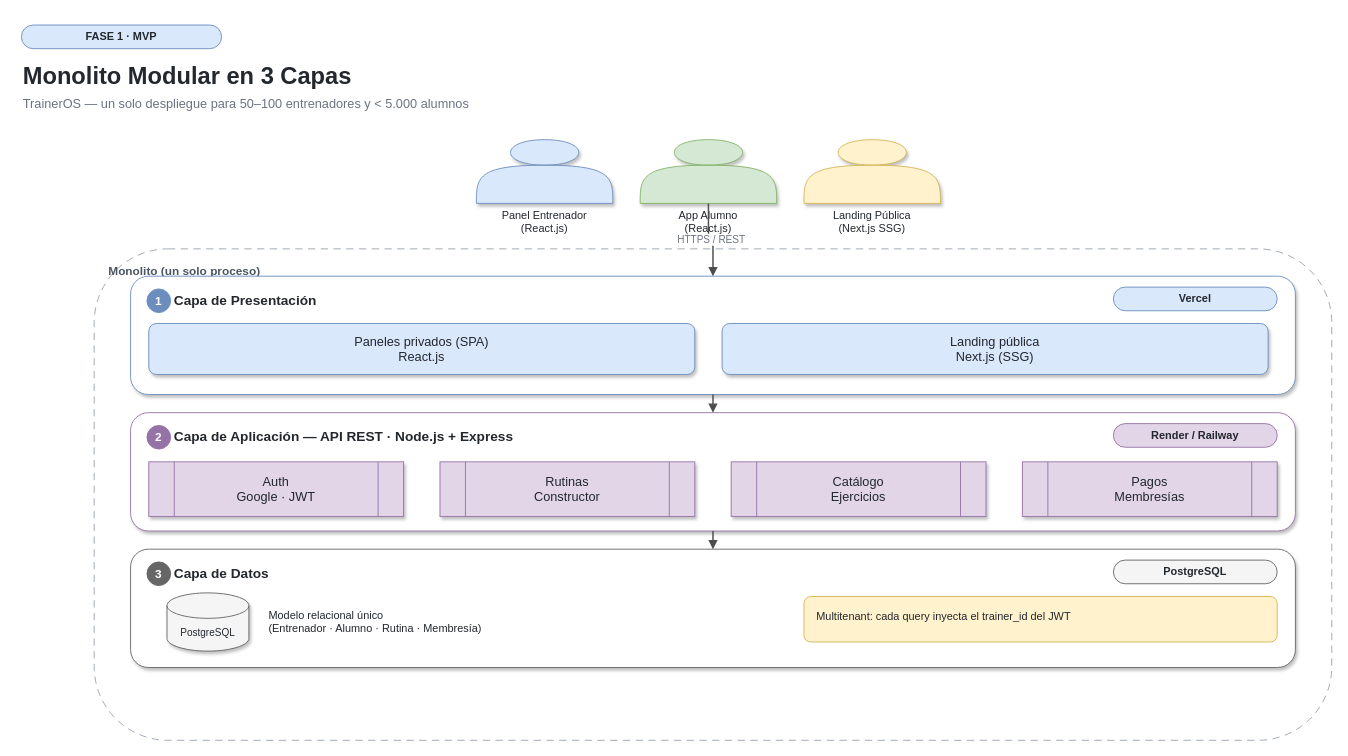
Before: Presentacion/diagramas/drawio/fase1_monolito_3capas.drawio in LautaroNaglieri/traineros-api, a draw.io diagram. Source tidied: cells renumbered, new cells numbered last; positions are measured from the earlier drawing's top-left corner, leaving out a move shared by most shapes. Both pictures are drawn from the tidied source at 91%, with x=0, y=0 at pixel (21, 25).
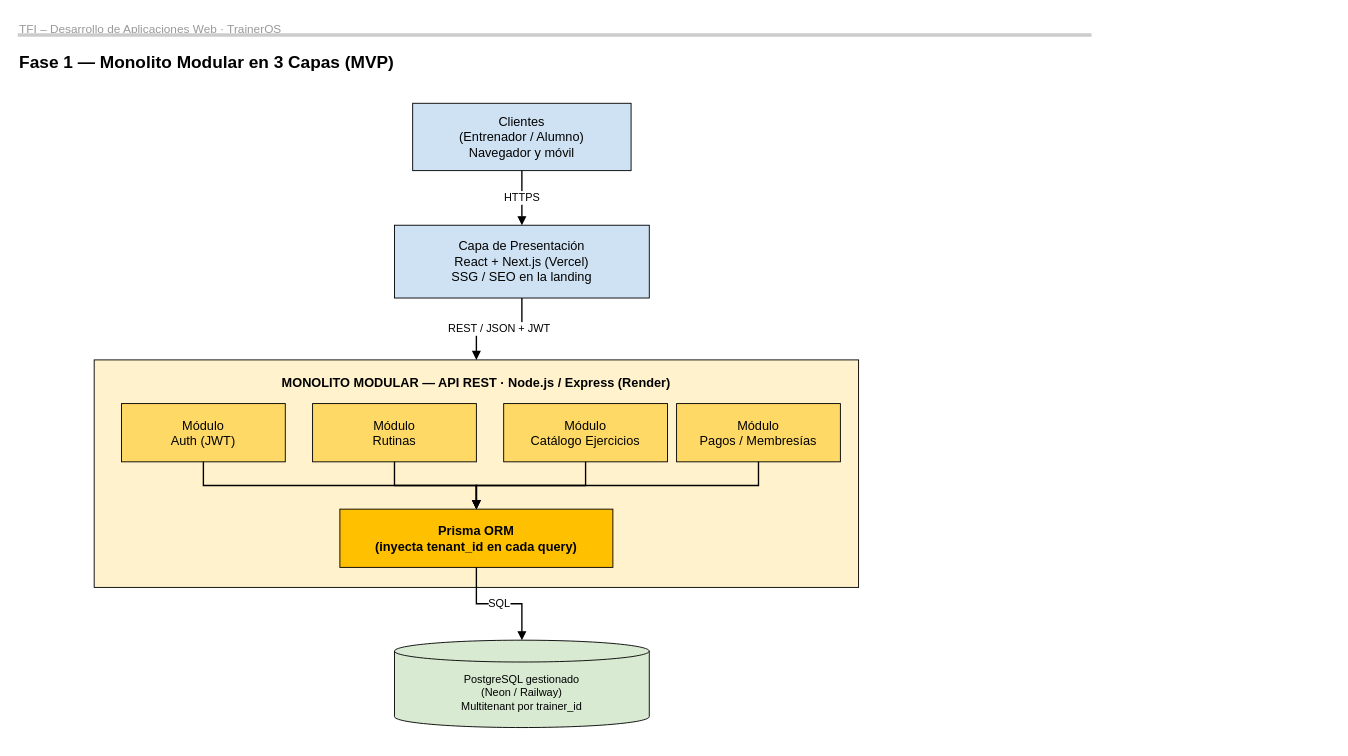
Above is the later version.

What changed in the source:
```diff
@@
-    <mxCell id="2" value="FASE 1 · MVP" style="rounded=1;arcSize=50;whiteSpace=wrap;html=1;fillColor=#dae8fc;strokeColor=#6c8ebf;fontSize=12;fontStyle=1;fontColor=#23272E;" parent="1" vertex="1">
-      <mxGeometry width="220" height="26" as="geometry" />
+    <mxCell id="2" value="TFI – Desarrollo de Aplicaciones Web · TrainerOS" style="text;html=1;align=left;fontSize=13;fontColor=#999999;" parent="1" vertex="1">
+      <mxGeometry x="-4" y="-10" width="1000" height="20" as="geometry" />
     </mxCell>
-    <mxCell id="3" value="Monolito Modular en 3 Capas" style="text;html=1;strokeColor=none;fillColor=none;align=left;verticalAlign=top;fontSize=26;fontStyle=1;fontColor=#23272E;" parent="1" vertex="1">
-      <mxGeometry y="34" width="1000" height="34" as="geometry" />
+    <mxCell id="3" style="line;strokeColor=#CCCCCC;html=1;" parent="1" vertex="1">
+      <mxGeometry x="-4" y="6" width="1180" height="10" as="geometry" />
     </mxCell>
-    <mxCell id="4" value="TrainerOS — un solo despliegue para 50–100 entrenadores y &amp;lt; 5.000 alumnos" style="text;html=1;strokeColor=none;fillColor=none;align=left;verticalAlign=top;fontSize=14;fontColor=#6B7280;" parent="1" vertex="1">
-      <mxGeometry y="72" width="1100" height="24" as="geometry" />
+    <mxCell id="4" value="Fase 1 — Monolito Modular en 3 Capas (MVP)" style="text;html=1;align=left;fontSize=19;fontStyle=1;fontColor=#000000;" parent="1" vertex="1">
+      <mxGeometry x="-4" y="24" width="1100" height="28" as="geometry" />
     </mxCell>
-    <mxCell id="5" value="Panel Entrenador&lt;br&gt;(React.js)" style="shape=actor;whiteSpace=wrap;html=1;fillColor=#dae8fc;strokeColor=#6c8ebf;fontSize=12;fontColor=#23272E;verticalLabelPosition=bottom;verticalAlign=top;shadow=1;" parent="1" vertex="1">
-      <mxGeometry x="500" y="126" width="150" height="70" as="geometry" />
+    <mxCell id="5" value="Clientes&lt;br&gt;(Entrenador / Alumno)&lt;br&gt;Navegador y móvil" style="rounded=0;whiteSpace=wrap;html=1;fillColor=#CFE2F3;strokeColor=#000000;strokeWidth=1;fontSize=14;fontColor=#000000;" parent="1" vertex="1">
+      <mxGeometry x="430" y="86" width="240" height="74" as="geometry" />
     </mxCell>
-    <mxCell id="6" value="App Alumno&lt;br&gt;(React.js)" style="shape=actor;whiteSpace=wrap;html=1;fillColor=#d5e8d4;strokeColor=#82b366;fontSize=12;fontColor=#23272E;verticalLabelPosition=bottom;verticalAlign=top;shadow=1;" parent="1" vertex="1">
-      <mxGeometry x="680" y="126" width="150" height="70" as="geometry" />
+    <mxCell id="6" value="Capa de Presentación&lt;br&gt;React + Next.js (Vercel)&lt;br&gt;SSG / SEO en la landing" style="rounded=0;whiteSpace=wrap;html=1;fillColor=#CFE2F3;strokeColor=#000000;strokeWidth=1;fontSize=14;fontColor=#000000;" parent="1" vertex="1">
+      <mxGeometry x="410" y="220" width="280" height="80" as="geometry" />
     </mxCell>
-    <mxCell id="7" value="Landing Pública&lt;br&gt;(Next.js SSG)" style="shape=actor;whiteSpace=wrap;html=1;fillColor=#fff2cc;strokeColor=#d6b656;fontSize=12;fontColor=#23272E;verticalLabelPosition=bottom;verticalAlign=top;shadow=1;" parent="1" vertex="1">
-      <mxGeometry x="860" y="126" width="150" height="70" as="geometry" />
+    <mxCell id="7" value="MONOLITO MODULAR — API REST · Node.js / Express (Render)" style="rounded=0;whiteSpace=wrap;html=1;fillColor=#FFF2CC;strokeColor=#000000;strokeWidth=1;verticalAlign=top;align=center;fontSize=14;fontStyle=1;fontColor=#000000;spacingTop=10;" parent="1" vertex="1">
+      <mxGeometry x="80" y="368" width="840" height="250" as="geometry" />
     </mxCell>
-    <mxCell id="8" value="Monolito (un solo proceso)" style="rounded=1;whiteSpace=wrap;html=1;dashed=1;dashPattern=8 6;strokeColor=#9AA3AF;fillColor=none;verticalAlign=top;align=left;spacingLeft=14;spacingTop=10;fontSize=13;fontColor=#4B5563;fontStyle=1;" parent="1" vertex="1">
-      <mxGeometry x="80" y="246" width="1360" height="540" as="geometry" />
+    <mxCell id="8" value="Módulo&lt;br&gt;Auth (JWT)" style="rounded=0;whiteSpace=wrap;html=1;fillColor=#FFD966;strokeColor=#000000;strokeWidth=1;fontSize=14;fontColor=#000000;" parent="1" vertex="1">
+      <mxGeometry x="110" y="416" width="180" height="64" as="geometry" />
     </mxCell>
-    <mxCell id="9" style="rounded=1;whiteSpace=wrap;html=1;fillColor=#ffffff;strokeColor=#6c8ebf;verticalAlign=top;align=left;spacingLeft=46;spacingTop=12;fontSize=15;fontStyle=1;fontColor=#23272E;shadow=1;" parent="1" vertex="1">
-      <mxGeometry x="120" y="276" width="1280" height="130" as="geometry" />
+    <mxCell id="9" value="Módulo&lt;br&gt;Rutinas" style="rounded=0;whiteSpace=wrap;html=1;fillColor=#FFD966;strokeColor=#000000;strokeWidth=1;fontSize=14;fontColor=#000000;" parent="1" vertex="1">
+      <mxGeometry x="320" y="416" width="180" height="64" as="geometry" />
     </mxCell>
-    <mxCell id="10" value="1" style="ellipse;whiteSpace=wrap;html=1;fillColor=#6c8ebf;strokeColor=#6c8ebf;fontColor=#ffffff;fontSize=13;fontStyle=1;" parent="1" vertex="1">
-      <mxGeometry x="138" y="290" width="26" height="26" as="geometry" />
+    <mxCell id="10" value="Módulo&lt;br&gt;Catálogo Ejercicios" style="rounded=0;whiteSpace=wrap;html=1;fillColor=#FFD966;strokeColor=#000000;strokeWidth=1;fontSize=14;fontColor=#000000;" parent="1" vertex="1">
+      <mxGeometry x="530" y="416" width="180" height="64" as="geometry" />
     </mxCell>
-    <mxCell id="11" value="Capa de Presentación" style="text;html=1;align=left;verticalAlign=middle;fontSize=15;fontStyle=1;fontColor=#23272E;" parent="1" vertex="1">
-      <mxGeometry x="166" y="288" width="700" height="28" as="geometry" />
+    <mxCell id="11" value="Módulo&lt;br&gt;Pagos / Membresías" style="rounded=0;whiteSpace=wrap;html=1;fillColor=#FFD966;strokeColor=#000000;strokeWidth=1;fontSize=14;fontColor=#000000;" parent="1" vertex="1">
+      <mxGeometry x="720" y="416" width="180" height="64" as="geometry" />
     </mxCell>
-    <mxCell id="12" value="Vercel" style="rounded=1;arcSize=50;whiteSpace=wrap;html=1;fillColor=#dae8fc;strokeColor=#6c8ebf;fontSize=12;fontStyle=1;fontColor=#23272E;" parent="1" vertex="1">
-      <mxGeometry x="1200" y="288" width="180" height="26" as="geometry" />
+    <mxCell id="12" value="Prisma ORM&lt;br&gt;(inyecta tenant_id en cada query)" style="rounded=0;whiteSpace=wrap;html=1;fillColor=#FFC000;strokeColor=#000000;strokeWidth=1;fontSize=14;fontColor=#000000;fontStyle=1;" parent="1" vertex="1">
+      <mxGeometry x="350" y="532" width="300" height="64" as="geometry" />
     </mxCell>
-    <mxCell id="13" value="Paneles privados (SPA)&lt;br&gt;React.js" style="rounded=1;whiteSpace=wrap;html=1;fillColor=#dae8fc;strokeColor=#6c8ebf;fontSize=14;fontColor=#23272E;shadow=1;" parent="1" vertex="1">
-      <mxGeometry x="140" y="328" width="600" height="56" as="geometry" />
+    <mxCell id="13" value="PostgreSQL gestionado&lt;br&gt;(Neon / Railway)&lt;br&gt;Multitenant por trainer_id" style="shape=cylinder3;whiteSpace=wrap;html=1;boundedLbl=1;backgroundOutline=1;size=12;fillColor=#D9EAD3;strokeColor=#000000;fontSize=12;fontColor=#000000;verticalAlign=middle;" parent="1" vertex="1">
+      <mxGeometry x="410" y="676" width="280" height="96" as="geometry" />
     </mxCell>
-    <mxCell id="14" value="Landing pública&lt;br&gt;Next.js (SSG)" style="rounded=1;whiteSpace=wrap;html=1;fillColor=#dae8fc;strokeColor=#6c8ebf;fontSize=14;fontColor=#23272E;shadow=1;" parent="1" vertex="1">
-      <mxGeometry x="770" y="328" width="600" height="56" as="geometry" />
+    <mxCell id="14" value="HTTPS" style="edgeStyle=orthogonalEdgeStyle;rounded=0;html=1;endArrow=block;endFill=1;strokeColor=#000000;strokeWidth=1.5;fontSize=12;fontColor=#000000;labelBackgroundColor=#FFFFFF;exitX=0.5;exitY=1;exitDx=0;exitDy=0;entryX=0.5;entryY=0;entryDx=0;entryDy=0;" parent="1" edge="1" source="5" target="6">
+      <mxGeometry relative="1" as="geometry" />
     </mxCell>
-    <mxCell id="15" style="rounded=1;whiteSpace=wrap;html=1;fillColor=#ffffff;strokeColor=#9673a6;verticalAlign=top;align=left;spacingLeft=46;spacingTop=12;fontSize=15;fontStyle=1;fontColor=#23272E;shadow=1;" parent="1" vertex="1">
-      <mxGeometry x="120" y="426" width="1280" height="130" as="geometry" />
+    <mxCell id="15" value="REST / JSON + JWT" style="edgeStyle=orthogonalEdgeStyle;rounded=0;html=1;endArrow=block;endFill=1;strokeColor=#000000;strokeWidth=1.5;fontSize=12;fontColor=#000000;labelBackgroundColor=#FFFFFF;exitX=0.5;exitY=1;exitDx=0;exitDy=0;entryX=0.5;entryY=0;entryDx=0;entryDy=0;" parent="1" edge="1" source="6" target="7">
+      <mxGeometry relative="1" as="geometry" />
     </mxCell>
-    <mxCell id="16" value="2" style="ellipse;whiteSpace=wrap;html=1;fillColor=#9673a6;strokeColor=#9673a6;fontColor=#ffffff;fontSize=13;fontStyle=1;" parent="1" vertex="1">
-      <mxGeometry x="138" y="440" width="26" height="26" as="geometry" />
+    <mxCell id="16" style="edgeStyle=orthogonalEdgeStyle;rounded=0;html=1;endArrow=block;endFill=1;strokeColor=#000000;strokeWidth=1.5;fontSize=12;fontColor=#000000;labelBackgroundColor=#FFFFFF;exitX=0.5;exitY=1;exitDx=0;exitDy=0;entryX=0.5;entryY=0;entryDx=0;entryDy=0;" parent="1" edge="1" source="8" target="12">
+      <mxGeometry relative="1" as="geometry" />
     </mxCell>
-    <mxCell id="17" value="Capa de Aplicación — API REST · Node.js + Express" style="text;html=1;align=left;verticalAlign=middle;fontSize=15;fontStyle=1;fontColor=#23272E;" parent="1" vertex="1">
-      <mxGeometry x="166" y="438" width="700" height="28" as="geometry" />
+    <mxCell id="17" style="edgeStyle=orthogonalEdgeStyle;rounded=0;html=1;endArrow=block;endFill=1;strokeColor=#000000;strokeWidth=1.5;fontSize=12;fontColor=#000000;labelBackgroundColor=#FFFFFF;exitX=0.5;exitY=1;exitDx=0;exitDy=0;entryX=0.5;entryY=0;entryDx=0;entryDy=0;" parent="1" edge="1" source="9" target="12">
+      <mxGeometry relative="1" as="geometry" />
     </mxCell>
-    <mxCell id="18" value="Render / Railway" style="rounded=1;arcSize=50;whiteSpace=wrap;html=1;fillColor=#e1d5e7;strokeColor=#9673a6;fontSize=12;fontStyle=1;fontColor=#23272E;" parent="1" vertex="1">
-      <mxGeometry x="1200" y="438" width="180" height="26" as="geometry" />
+    <mxCell id="18" style="edgeStyle=orthogonalEdgeStyle;rounded=0;html=1;endArrow=block;endFill=1;strokeColor=#000000;strokeWidth=1.5;fontSize=12;fontColor=#000000;labelBackgroundColor=#FFFFFF;exitX=0.5;exitY=1;exitDx=0;exitDy=0;entryX=0.5;entryY=0;entryDx=0;entryDy=0;" parent="1" edge="1" source="10" target="12">
+      <mxGeometry relative="1" as="geometry" />
     </mxCell>
-    <mxCell id="19" value="Auth&lt;br&gt;Google · JWT" style="shape=process;whiteSpace=wrap;html=1;fillColor=#e1d5e7;strokeColor=#9673a6;fontSize=14;fontColor=#23272E;shadow=1;" parent="1" vertex="1">
-      <mxGeometry x="140" y="480" width="280" height="60" as="geometry" />
+    <mxCell id="19" style="edgeStyle=orthogonalEdgeStyle;rounded=0;html=1;endArrow=block;endFill=1;strokeColor=#000000;strokeWidth=1.5;fontSize=12;fontColor=#000000;labelBackgroundColor=#FFFFFF;exitX=0.5;exitY=1;exitDx=0;exitDy=0;entryX=0.5;entryY=0;entryDx=0;entryDy=0;" parent="1" edge="1" source="11" target="12">
+      <mxGeometry relative="1" as="geometry" />
     </mxCell>
-    <mxCell id="20" value="Rutinas&lt;br&gt;Constructor" style="shape=process;whiteSpace=wrap;html=1;fillColor=#e1d5e7;strokeColor=#9673a6;fontSize=14;fontColor=#23272E;shadow=1;" parent="1" vertex="1">
-      <mxGeometry x="460" y="480" width="280" height="60" as="geometry" />
+    <mxCell id="20" value="SQL" style="edgeStyle=orthogonalEdgeStyle;rounded=0;html=1;endArrow=block;endFill=1;strokeColor=#000000;strokeWidth=1.5;fontSize=12;fontColor=#000000;labelBackgroundColor=#FFFFFF;exitX=0.5;exitY=1;exitDx=0;exitDy=0;entryX=0.5;entryY=0;entryDx=0;entryDy=0;" parent="1" edge="1" source="12" target="13">
+      <mxGeometry relative="1" as="geometry" />
     </mxCell>
-    <mxCell id="21" value="Catálogo&lt;br&gt;Ejercicios" style="shape=process;whiteSpace=wrap;html=1;fillColor=#e1d5e7;strokeColor=#9673a6;fontSize=14;fontColor=#23272E;shadow=1;" parent="1" vertex="1">
-      <mxGeometry x="780" y="480" width="280" height="60" as="geometry" />
-    </mxCell>
-    <mxCell id="22" value="Pagos&lt;br&gt;Membresías" style="shape=process;whiteSpace=wrap;html=1;fillColor=#e1d5e7;strokeColor=#9673a6;fontSize=14;fontColor=#23272E;shadow=1;" parent="1" vertex="1">
-      <mxGeometry x="1100" y="480" width="280" height="60" as="geometry" />
-    </mxCell>
-    <mxCell id="23" style="rounded=1;whiteSpace=wrap;html=1;fillColor=#ffffff;strokeColor=#666666;verticalAlign=top;align=left;spacingLeft=46;spacingTop=12;fontSize=15;fontStyle=1;fontColor=#23272E;shadow=1;" parent="1" vertex="1">
-      <mxGeometry x="120" y="576" width="1280" height="130" as="geometry" />
-    </mxCell>
-    <mxCell id="24" value="3" style="ellipse;whiteSpace=wrap;html=1;fillColor=#666666;strokeColor=#666666;fontColor=#ffffff;fontSize=13;fontStyle=1;" parent="1" vertex="1">
-      <mxGeometry x="138" y="590" width="26" height="26" as="geometry" />
-    </mxCell>
-    <mxCell id="25" value="Capa de Datos" style="text;html=1;align=left;verticalAlign=middle;fontSize=15;fontStyle=1;fontColor=#23272E;" parent="1" vertex="1">
-      <mxGeometry x="166" y="588" width="700" height="28" as="geometry" />
-    </mxCell>
-    <mxCell id="26" value="PostgreSQL" style="rounded=1;arcSize=50;whiteSpace=wrap;html=1;fillColor=#f5f5f5;strokeColor=#666666;fontSize=12;fontStyle=1;fontColor=#23272E;" parent="1" vertex="1">
-      <mxGeometry x="1200" y="588" width="180" height="26" as="geometry" />
-    </mxCell>
-    <mxCell id="27" value="PostgreSQL" style="shape=cylinder3;whiteSpace=wrap;html=1;boundedLbl=1;backgroundOutline=1;size=14;fillColor=#f5f5f5;strokeColor=#666666;fontSize=11;fontColor=#23272E;shadow=1;" parent="1" vertex="1">
-      <mxGeometry x="160" y="624" width="90" height="64" as="geometry" />
-    </mxCell>
-    <mxCell id="28" value="Modelo relacional único&lt;br&gt;(Entrenador · Alumno · Rutina · Membresía)" style="text;html=1;align=left;verticalAlign=middle;fontSize=12;fontColor=#23272E;" parent="1" vertex="1">
-      <mxGeometry x="270" y="634" width="460" height="44" as="geometry" />
-    </mxCell>
-    <mxCell id="29" value="Multitenant: cada query inyecta el trainer_id del JWT" style="rounded=1;whiteSpace=wrap;html=1;fillColor=#fff2cc;strokeColor=#d6b656;fontSize=12;fontColor=#23272E;align=left;spacingLeft=12;spacingTop=8;verticalAlign=top;shadow=0;" parent="1" vertex="1">
-      <mxGeometry x="860" y="628" width="520" height="50" as="geometry" />
-    </mxCell>
-    <mxCell id="30" value="HTTPS / REST" style="edgeStyle=orthogonalEdgeStyle;rounded=1;html=1;endArrow=block;endFill=1;strokeColor=#4D4D4D;strokeWidth=1.6;fontSize=11;fontColor=#6B7280;exitX=0.5;exitY=1;exitDx=0;exitDy=0;entryX=0.5;entryY=0;entryDx=0;entryDy=0;" parent="1" edge="1" source="6" target="9">
-      <mxGeometry relative="1" as="geometry" />
-    </mxCell>
-    <mxCell id="31" style="edgeStyle=orthogonalEdgeStyle;rounded=1;html=1;endArrow=block;endFill=1;strokeColor=#4D4D4D;strokeWidth=1.6;fontSize=11;fontColor=#6B7280;exitX=0.5;exitY=1;exitDx=0;exitDy=0;entryX=0.5;entryY=0;entryDx=0;entryDy=0;" parent="1" edge="1" source="9" target="15">
-      <mxGeometry relative="1" as="geometry" />
-    </mxCell>
-    <mxCell id="32" style="edgeStyle=orthogonalEdgeStyle;rounded=1;html=1;endArrow=block;endFill=1;strokeColor=#4D4D4D;strokeWidth=1.6;fontSize=11;fontColor=#6B7280;exitX=0.5;exitY=1;exitDx=0;exitDy=0;entryX=0.5;entryY=0;entryDx=0;entryDy=0;" parent="1" edge="1" source="15" target="23">
-      <mxGeometry relative="1" as="geometry" />
-    </mxCell>
```
